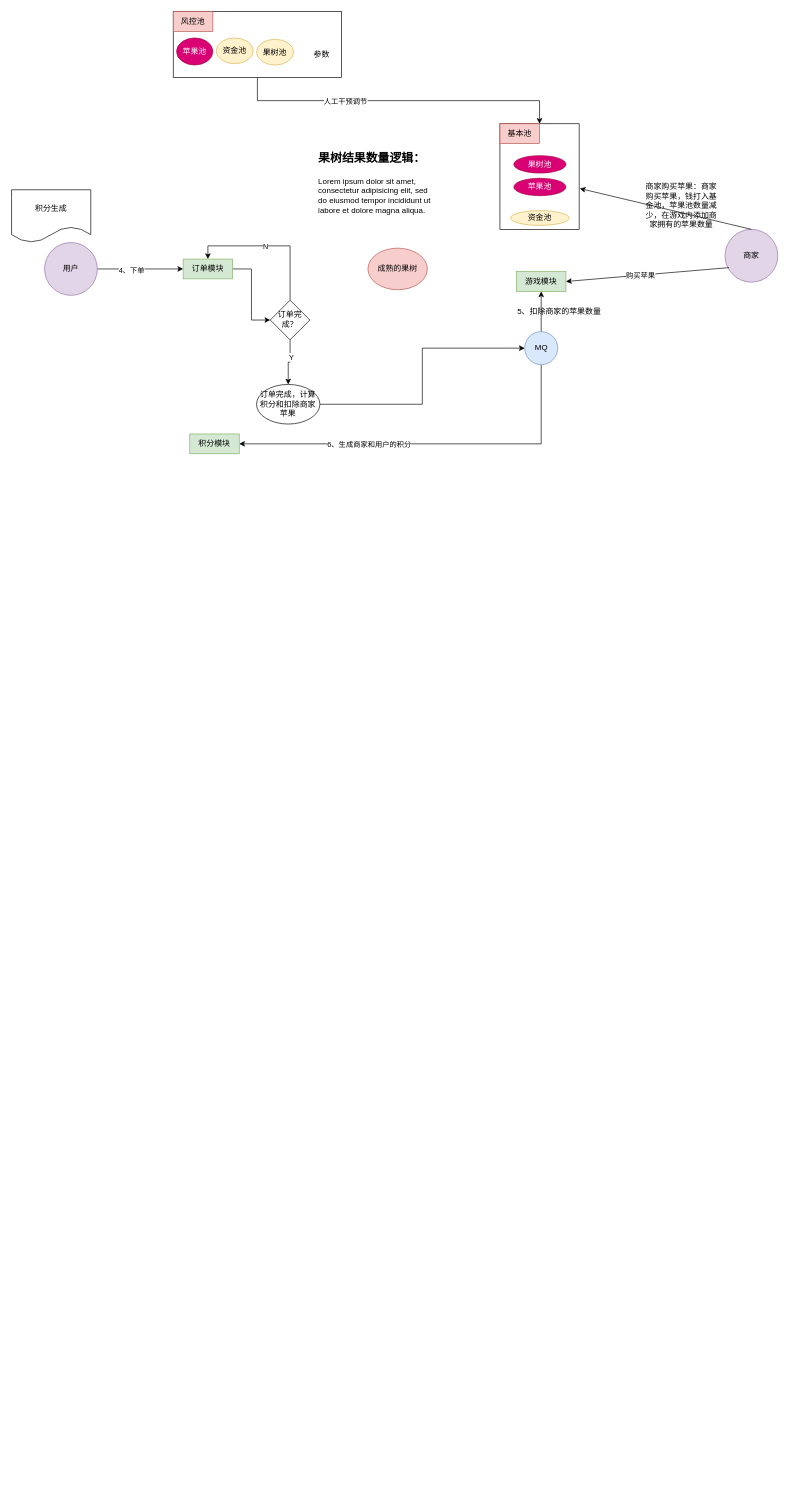
The draw.io diagram gtt-积分流程.drawio in maigao11/flow, before the edit. Source tidied: cells renumbered, new cells numbered last; positions are measured from the earlier drawing's top-left corner, leaving out a move shared by most shapes. Both pictures are drawn from the tidied source at 66%, with x=0, y=0 at pixel (11, 11).
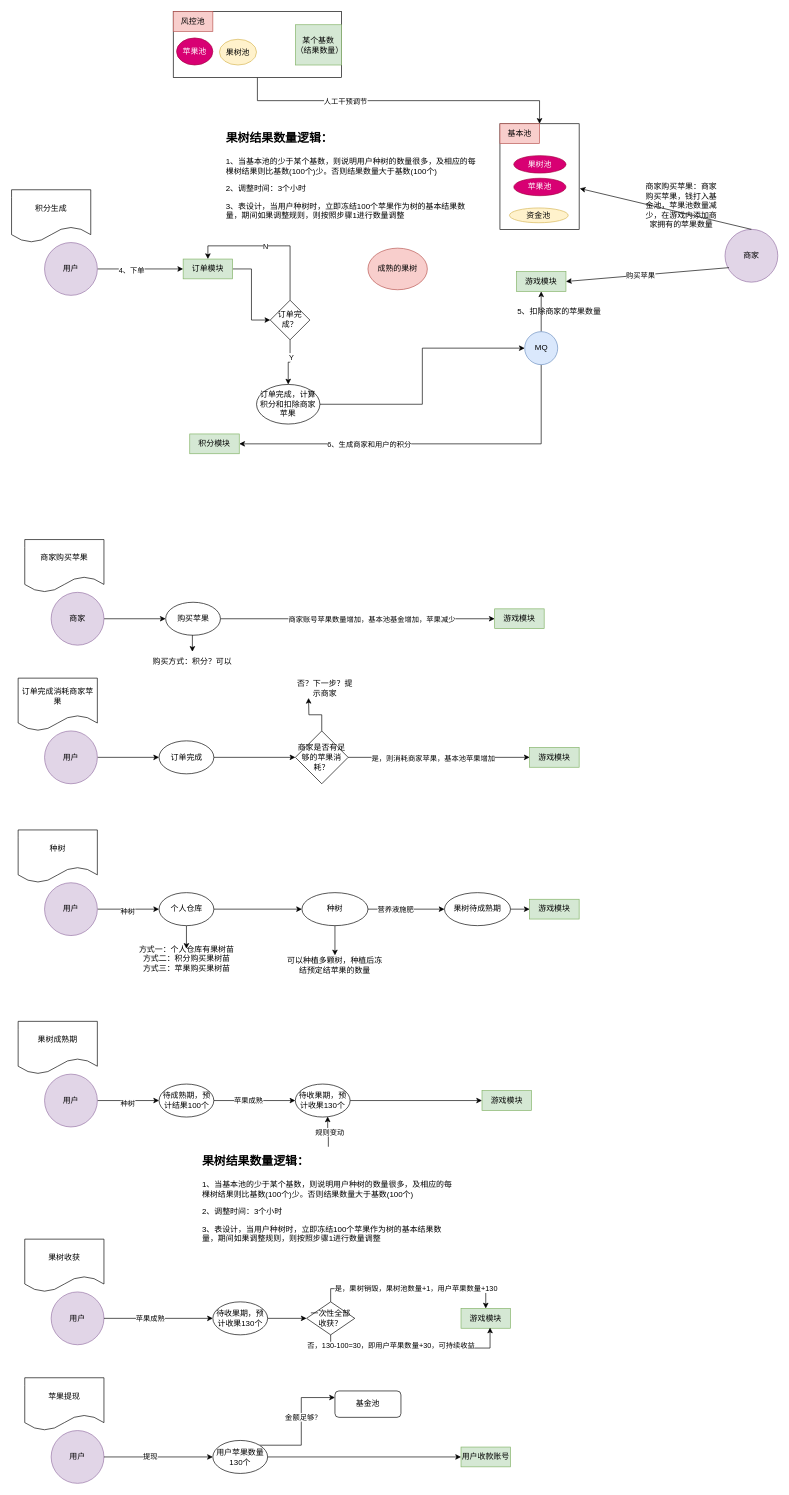
The same diagram, later.

Commit message:
更新gtt-积分流程.drawio

The edit, as a diff of the source:
```diff
@@
     <mxCell id="12" value="资金池" style="ellipse;whiteSpace=wrap;html=1;fillColor=#fff2cc;strokeColor=#d6b656;" parent="1" vertex="1">
-      <mxGeometry x="756" y="301.6" width="89" height="22.4" as="geometry" />
+      <mxGeometry x="754.4" y="297.6" width="89" height="22.4" as="geometry" />
     </mxCell>
@@
-    <mxCell id="18" value="资金池" style="ellipse;whiteSpace=wrap;html=1;fillColor=#fff2cc;strokeColor=#d6b656;" parent="1" vertex="1">
-      <mxGeometry x="310" y="40" width="56.2" height="39" as="geometry" />
-    </mxCell>
@@
     <mxCell id="33" value="果树池" style="ellipse;whiteSpace=wrap;html=1;fillColor=#fff2cc;strokeColor=#d6b656;" parent="1" vertex="1">
-      <mxGeometry x="371.2" y="42" width="56.2" height="39" as="geometry" />
+      <mxGeometry x="315" y="42" width="56.2" height="39" as="geometry" />
     </mxCell>
@@
-    <mxCell id="40" value="&lt;h1&gt;&lt;font style=&quot;font-size: 18px;&quot;&gt;果树结果数量逻辑：&lt;/font&gt;&lt;/h1&gt;&lt;p&gt;Lorem ipsum dolor sit amet, consectetur adipisicing elit, sed do eiusmod tempor incididunt ut labore et dolore magna aliqua.&lt;/p&gt;" style="text;html=1;strokeColor=none;fillColor=none;spacing=5;spacingTop=-20;whiteSpace=wrap;overflow=hidden;rounded=0;" parent="1" vertex="1">
-      <mxGeometry x="460" y="200" width="190" height="120" as="geometry" />
+    <mxCell id="40" value="&lt;h1&gt;&lt;font style=&quot;font-size: 18px;&quot;&gt;果树结果数量逻辑：&lt;/font&gt;&lt;/h1&gt;&lt;p&gt;1、当基本池的少于某个基数，则说明用户种树的数量很多，及相应的每棵树结果则比基数(100个)少。否则结果数量大于基数(100个)&lt;/p&gt;&lt;p&gt;2、调整时间：3个小时&lt;/p&gt;&lt;p&gt;3、表设计，当用户种树时，立即冻结100个苹果作为树的基本结果数量，期间如果调整规则，则按照步骤1进行数量调整&lt;/p&gt;&lt;p&gt;&lt;br&gt;&lt;/p&gt;&lt;p&gt;&lt;br&gt;&lt;/p&gt;" style="text;html=1;strokeColor=none;fillColor=none;spacing=5;spacingTop=-20;whiteSpace=wrap;overflow=hidden;rounded=0;" parent="1" vertex="1">
+      <mxGeometry x="320" y="170" width="392.8" height="150" as="geometry" />
     </mxCell>
-    <mxCell id="41" value="参数" style="text;html=1;strokeColor=none;fillColor=none;align=center;verticalAlign=middle;whiteSpace=wrap;rounded=0;" parent="1" vertex="1">
-      <mxGeometry x="440" y="51" width="60" height="30" as="geometry" />
+    <mxCell id="41" value="某个基数（结果数量）" style="text;html=1;strokeColor=#82b366;fillColor=#d5e8d4;align=center;verticalAlign=middle;whiteSpace=wrap;rounded=0;" parent="1" vertex="1">
+      <mxGeometry x="430" y="20" width="70" height="61" as="geometry" />
     </mxCell>
+    <mxCell id="42" value="商家购买苹果" style="shape=document;whiteSpace=wrap;html=1;boundedLbl=1;" parent="1" vertex="1">
+      <mxGeometry x="20" y="800" width="120" height="80" as="geometry" />
+    </mxCell>
+    <mxCell id="43" style="edgeStyle=orthogonalEdgeStyle;rounded=0;jettySize=auto;html=1;exitX=1;exitY=0.5;exitDx=0;exitDy=0;entryX=0;entryY=0.5;entryDx=0;entryDy=0;" parent="1" edge="1" source="44" target="48">
+      <mxGeometry relative="1" as="geometry" />
+    </mxCell>
+    <mxCell id="44" value="商家" style="ellipse;whiteSpace=wrap;html=1;fillColor=#e1d5e7;strokeColor=#9673a6;" parent="1" vertex="1">
+      <mxGeometry x="60" y="880" width="80" height="80" as="geometry" />
+    </mxCell>
+    <mxCell id="45" style="edgeStyle=orthogonalEdgeStyle;rounded=0;jettySize=auto;html=1;exitX=1;exitY=0.5;exitDx=0;exitDy=0;entryX=0;entryY=0.5;entryDx=0;entryDy=0;" parent="1" edge="1" source="48" target="49">
+      <mxGeometry relative="1" as="geometry" />
+    </mxCell>
+    <mxCell id="46" value="商家账号苹果数量增加，基本池基金增加，苹果减少" style="edgeLabel;html=1;align=center;verticalAlign=middle;" parent="45" vertex="1">
+      <mxGeometry x="0.1" y="-1" relative="1" as="geometry" />
+    </mxCell>
+    <mxCell id="47" style="edgeStyle=orthogonalEdgeStyle;rounded=0;jettySize=auto;html=1;exitX=0.5;exitY=1;exitDx=0;exitDy=0;entryX=0.5;entryY=0;entryDx=0;entryDy=0;" parent="1" edge="1" source="48" target="50">
+      <mxGeometry relative="1" as="geometry" />
+    </mxCell>
+    <mxCell id="48" value="购买苹果" style="ellipse;whiteSpace=wrap;html=1;" parent="1" vertex="1">
+      <mxGeometry x="233.5" y="895" width="83" height="50" as="geometry" />
+    </mxCell>
+    <mxCell id="49" value="游戏模块" style="rounded=0;whiteSpace=wrap;html=1;fillColor=#d5e8d4;strokeColor=#82b366;" parent="1" vertex="1">
+      <mxGeometry x="732" y="905" width="75" height="30" as="geometry" />
+    </mxCell>
+    <mxCell id="50" value="购买方式：积分？可以" style="text;html=1;strokeColor=none;fillColor=none;align=center;verticalAlign=middle;whiteSpace=wrap;rounded=0;" parent="1" vertex="1">
+      <mxGeometry x="213" y="970" width="122" height="30" as="geometry" />
+    </mxCell>
+    <mxCell id="51" value="订单完成消耗商家苹果" style="shape=document;whiteSpace=wrap;html=1;boundedLbl=1;" parent="1" vertex="1">
+      <mxGeometry x="10" y="1010" width="120" height="80" as="geometry" />
+    </mxCell>
+    <mxCell id="52" style="edgeStyle=orthogonalEdgeStyle;rounded=0;jettySize=auto;html=1;exitX=1;exitY=0.5;exitDx=0;exitDy=0;entryX=0;entryY=0.5;entryDx=0;entryDy=0;" parent="1" edge="1" source="53" target="55">
+      <mxGeometry relative="1" as="geometry" />
+    </mxCell>
+    <mxCell id="53" value="用户" style="ellipse;whiteSpace=wrap;html=1;fillColor=#e1d5e7;strokeColor=#9673a6;" parent="1" vertex="1">
+      <mxGeometry x="50" y="1090" width="80" height="80" as="geometry" />
+    </mxCell>
+    <mxCell id="54" style="edgeStyle=orthogonalEdgeStyle;rounded=0;jettySize=auto;html=1;exitX=1;exitY=0.5;exitDx=0;exitDy=0;entryX=0;entryY=0.5;entryDx=0;entryDy=0;" parent="1" edge="1" source="55" target="60">
+      <mxGeometry relative="1" as="geometry" />
+    </mxCell>
+    <mxCell id="55" value="订单完成" style="ellipse;whiteSpace=wrap;html=1;" parent="1" vertex="1">
+      <mxGeometry x="223.5" y="1105" width="83" height="50" as="geometry" />
+    </mxCell>
+    <mxCell id="56" value="游戏模块" style="rounded=0;whiteSpace=wrap;html=1;fillColor=#d5e8d4;strokeColor=#82b366;" parent="1" vertex="1">
+      <mxGeometry x="785" y="1115" width="75" height="30" as="geometry" />
+    </mxCell>
+    <mxCell id="57" style="edgeStyle=orthogonalEdgeStyle;rounded=0;jettySize=auto;html=1;exitX=1;exitY=0.5;exitDx=0;exitDy=0;entryX=0;entryY=0.5;entryDx=0;entryDy=0;" parent="1" edge="1" source="60" target="56">
+      <mxGeometry relative="1" as="geometry" />
+    </mxCell>
+    <mxCell id="58" value="是，则消耗商家苹果，基本池苹果增加" style="edgeLabel;html=1;align=center;verticalAlign=middle;" parent="57" vertex="1">
+      <mxGeometry x="-0.07" y="-1" relative="1" as="geometry" />
+    </mxCell>
+    <mxCell id="59" style="edgeStyle=orthogonalEdgeStyle;rounded=0;jettySize=auto;html=1;exitX=0.5;exitY=0;exitDx=0;exitDy=0;" parent="1" edge="1" source="60">
+      <mxGeometry relative="1" as="geometry">
+        <mxPoint x="450" y="1040" as="targetPoint" />
+      </mxGeometry>
+    </mxCell>
+    <mxCell id="60" value="商家是否有足够的苹果消耗？" style="rhombus;whiteSpace=wrap;html=1;" parent="1" vertex="1">
+      <mxGeometry x="430" y="1090" width="80" height="80" as="geometry" />
+    </mxCell>
+    <mxCell id="61" value="否？下一步？提示商家" style="text;html=1;strokeColor=none;fillColor=none;align=center;verticalAlign=middle;whiteSpace=wrap;rounded=0;" parent="1" vertex="1">
+      <mxGeometry x="430" y="1010" width="90" height="30" as="geometry" />
+    </mxCell>
+    <mxCell id="62" value="种树" style="shape=document;whiteSpace=wrap;html=1;boundedLbl=1;" parent="1" vertex="1">
+      <mxGeometry x="10" y="1240" width="120" height="80" as="geometry" />
+    </mxCell>
+    <mxCell id="63" style="edgeStyle=orthogonalEdgeStyle;rounded=0;jettySize=auto;html=1;exitX=1;exitY=0.5;exitDx=0;exitDy=0;entryX=0;entryY=0.5;entryDx=0;entryDy=0;" parent="1" edge="1" source="65" target="68">
+      <mxGeometry relative="1" as="geometry" />
+    </mxCell>
+    <mxCell id="64" value="种树" style="edgeLabel;html=1;align=center;verticalAlign=middle;" parent="63" vertex="1">
+      <mxGeometry x="-0.04" y="-3" relative="1" as="geometry" />
+    </mxCell>
+    <mxCell id="65" value="用户" style="ellipse;whiteSpace=wrap;html=1;fillColor=#e1d5e7;strokeColor=#9673a6;" parent="1" vertex="1">
+      <mxGeometry x="50" y="1320" width="80" height="80" as="geometry" />
+    </mxCell>
+    <mxCell id="66" style="edgeStyle=orthogonalEdgeStyle;rounded=0;jettySize=auto;html=1;exitX=0.5;exitY=1;exitDx=0;exitDy=0;entryX=0.5;entryY=0;entryDx=0;entryDy=0;" parent="1" edge="1" source="68" target="70">
+      <mxGeometry relative="1" as="geometry" />
+    </mxCell>
+    <mxCell id="67" style="edgeStyle=orthogonalEdgeStyle;rounded=0;jettySize=auto;html=1;exitX=1;exitY=0.5;exitDx=0;exitDy=0;entryX=0;entryY=0.5;entryDx=0;entryDy=0;" parent="1" edge="1" source="68" target="74">
+      <mxGeometry relative="1" as="geometry" />
+    </mxCell>
+    <mxCell id="68" value="个人仓库" style="ellipse;whiteSpace=wrap;html=1;" parent="1" vertex="1">
+      <mxGeometry x="223.5" y="1335" width="83" height="50" as="geometry" />
+    </mxCell>
+    <mxCell id="69" value="游戏模块" style="rounded=0;whiteSpace=wrap;html=1;fillColor=#d5e8d4;strokeColor=#82b366;" parent="1" vertex="1">
+      <mxGeometry x="785" y="1345" width="75" height="30" as="geometry" />
+    </mxCell>
+    <mxCell id="70" value="方式一：个人仓库有果树苗&lt;br&gt;方式二：积分购买果树苗&lt;br&gt;方式三：苹果购买果树苗" style="text;html=1;strokeColor=none;fillColor=none;align=center;verticalAlign=middle;whiteSpace=wrap;rounded=0;" parent="1" vertex="1">
+      <mxGeometry x="181.5" y="1420" width="167" height="30" as="geometry" />
+    </mxCell>
+    <mxCell id="71" style="edgeStyle=orthogonalEdgeStyle;rounded=0;jettySize=auto;html=1;" parent="1" edge="1" source="74" target="76">
+      <mxGeometry relative="1" as="geometry" />
+    </mxCell>
+    <mxCell id="72" value="营养液施肥" style="edgeLabel;html=1;align=center;verticalAlign=middle;" parent="71" vertex="1">
+      <mxGeometry x="-0.3" relative="1" as="geometry" />
+    </mxCell>
+    <mxCell id="73" style="edgeStyle=orthogonalEdgeStyle;rounded=0;jettySize=auto;html=1;exitX=0.5;exitY=1;exitDx=0;exitDy=0;entryX=0.5;entryY=0;entryDx=0;entryDy=0;" parent="1" edge="1" source="74" target="77">
+      <mxGeometry relative="1" as="geometry" />
+    </mxCell>
+    <mxCell id="74" value="种树" style="ellipse;whiteSpace=wrap;html=1;" parent="1" vertex="1">
+      <mxGeometry x="440" y="1335" width="100" height="50" as="geometry" />
+    </mxCell>
+    <mxCell id="75" style="edgeStyle=orthogonalEdgeStyle;rounded=0;jettySize=auto;html=1;exitX=1;exitY=0.5;exitDx=0;exitDy=0;entryX=0;entryY=0.5;entryDx=0;entryDy=0;" parent="1" edge="1" source="76" target="69">
+      <mxGeometry relative="1" as="geometry" />
+    </mxCell>
+    <mxCell id="76" value="果树待成熟期" style="ellipse;whiteSpace=wrap;html=1;" parent="1" vertex="1">
+      <mxGeometry x="656" y="1335" width="100" height="50" as="geometry" />
+    </mxCell>
+    <mxCell id="77" value="可以种植多颗树，种植后冻结预定结苹果的数量" style="text;html=1;strokeColor=none;fillColor=none;align=center;verticalAlign=middle;whiteSpace=wrap;rounded=0;" parent="1" vertex="1">
+      <mxGeometry x="415" y="1430" width="150" height="30" as="geometry" />
+    </mxCell>
+    <mxCell id="78" value="果树成熟期" style="shape=document;whiteSpace=wrap;html=1;boundedLbl=1;" parent="1" vertex="1">
+      <mxGeometry x="10" y="1530" width="120" height="80" as="geometry" />
+    </mxCell>
+    <mxCell id="79" style="edgeStyle=orthogonalEdgeStyle;rounded=0;jettySize=auto;html=1;exitX=1;exitY=0.5;exitDx=0;exitDy=0;entryX=0;entryY=0.5;entryDx=0;entryDy=0;" parent="1" edge="1" source="81" target="84">
+      <mxGeometry relative="1" as="geometry" />
+    </mxCell>
+    <mxCell id="80" value="种树" style="edgeLabel;html=1;align=center;verticalAlign=middle;" parent="79" vertex="1">
+      <mxGeometry x="-0.04" y="-3" relative="1" as="geometry" />
+    </mxCell>
+    <mxCell id="81" value="用户" style="ellipse;whiteSpace=wrap;html=1;fillColor=#e1d5e7;strokeColor=#9673a6;" parent="1" vertex="1">
+      <mxGeometry x="50" y="1610" width="80" height="80" as="geometry" />
+    </mxCell>
+    <mxCell id="82" style="edgeStyle=orthogonalEdgeStyle;rounded=0;jettySize=auto;html=1;" parent="1" edge="1" source="84" target="87">
+      <mxGeometry relative="1" as="geometry" />
+    </mxCell>
+    <mxCell id="83" value="苹果成熟" style="edgeLabel;html=1;align=center;verticalAlign=middle;" parent="82" vertex="1">
+      <mxGeometry x="-0.18" y="1" relative="1" as="geometry">
+        <mxPoint x="1" as="offset" />
+      </mxGeometry>
+    </mxCell>
+    <mxCell id="84" value="待成熟期，预计结果100个" style="ellipse;whiteSpace=wrap;html=1;" parent="1" vertex="1">
+      <mxGeometry x="223.5" y="1625" width="83" height="50" as="geometry" />
+    </mxCell>
+    <mxCell id="85" value="游戏模块" style="rounded=0;whiteSpace=wrap;html=1;fillColor=#d5e8d4;strokeColor=#82b366;" parent="1" vertex="1">
+      <mxGeometry x="712.8" y="1635" width="75" height="30" as="geometry" />
+    </mxCell>
+    <mxCell id="86" style="edgeStyle=orthogonalEdgeStyle;rounded=0;jettySize=auto;html=1;exitX=1;exitY=0.5;exitDx=0;exitDy=0;entryX=0;entryY=0.5;entryDx=0;entryDy=0;" parent="1" edge="1" source="87" target="85">
+      <mxGeometry relative="1" as="geometry" />
+    </mxCell>
+    <mxCell id="87" value="待收果期，预计收果130个" style="ellipse;whiteSpace=wrap;html=1;" parent="1" vertex="1">
+      <mxGeometry x="430" y="1625" width="83" height="50" as="geometry" />
+    </mxCell>
+    <mxCell id="88" value="&lt;h1&gt;&lt;font style=&quot;font-size: 18px;&quot;&gt;果树结果数量逻辑：&lt;/font&gt;&lt;/h1&gt;&lt;p&gt;1、当基本池的少于某个基数，则说明用户种树的数量很多，及相应的每棵树结果则比基数(100个)少。否则结果数量大于基数(100个)&lt;/p&gt;&lt;p&gt;2、调整时间：3个小时&lt;/p&gt;&lt;p&gt;3、表设计，当用户种树时，立即冻结100个苹果作为树的基本结果数量，期间如果调整规则，则按照步骤1进行数量调整&lt;/p&gt;&lt;p&gt;&lt;br&gt;&lt;/p&gt;&lt;p&gt;&lt;br&gt;&lt;/p&gt;" style="text;html=1;strokeColor=none;fillColor=none;spacing=5;spacingTop=-20;whiteSpace=wrap;overflow=hidden;rounded=0;" parent="1" vertex="1">
+      <mxGeometry x="283.6" y="1720" width="392.8" height="150" as="geometry" />
+    </mxCell>
+    <mxCell id="89" style="edgeStyle=orthogonalEdgeStyle;rounded=0;jettySize=auto;html=1;exitX=0.5;exitY=0;exitDx=0;exitDy=0;entryX=0.59;entryY=0.984;entryDx=0;entryDy=0;entryPerimeter=0;" parent="1" edge="1" source="88" target="87">
+      <mxGeometry relative="1" as="geometry" />
+    </mxCell>
+    <mxCell id="90" value="规则变动" style="edgeLabel;html=1;align=center;verticalAlign=middle;" parent="89" vertex="1">
+      <mxGeometry x="-0.04" y="-1" relative="1" as="geometry">
+        <mxPoint y="-1" as="offset" />
+      </mxGeometry>
+    </mxCell>
+    <mxCell id="91" value="果树收获" style="shape=document;whiteSpace=wrap;html=1;boundedLbl=1;" parent="1" vertex="1">
+      <mxGeometry x="20" y="1860" width="120" height="80" as="geometry" />
+    </mxCell>
+    <mxCell id="92" value="用户" style="ellipse;whiteSpace=wrap;html=1;fillColor=#e1d5e7;strokeColor=#9673a6;" parent="1" vertex="1">
+      <mxGeometry x="60" y="1940" width="80" height="80" as="geometry" />
+    </mxCell>
+    <mxCell id="93" style="edgeStyle=orthogonalEdgeStyle;rounded=0;jettySize=auto;html=1;exitX=1;exitY=0.5;exitDx=0;exitDy=0;" parent="1" edge="1" source="92" target="97">
+      <mxGeometry relative="1" as="geometry" />
+    </mxCell>
+    <mxCell id="94" value="苹果成熟" style="edgeLabel;html=1;align=center;verticalAlign=middle;" parent="93" vertex="1">
+      <mxGeometry x="-0.18" y="1" relative="1" as="geometry">
+        <mxPoint x="1" as="offset" />
+      </mxGeometry>
+    </mxCell>
+    <mxCell id="95" value="游戏模块" style="rounded=0;whiteSpace=wrap;html=1;fillColor=#d5e8d4;strokeColor=#82b366;" parent="1" vertex="1">
+      <mxGeometry x="681" y="1965" width="75" height="30" as="geometry" />
+    </mxCell>
+    <mxCell id="96" style="edgeStyle=orthogonalEdgeStyle;rounded=0;jettySize=auto;html=1;exitX=1;exitY=0.5;exitDx=0;exitDy=0;" parent="1" edge="1" source="97" target="110">
+      <mxGeometry relative="1" as="geometry" />
+    </mxCell>
+    <mxCell id="97" value="待收果期，预计收果130个" style="ellipse;whiteSpace=wrap;html=1;" parent="1" vertex="1">
+      <mxGeometry x="305" y="1955" width="83" height="50" as="geometry" />
+    </mxCell>
+    <mxCell id="98" value="苹果提现" style="shape=document;whiteSpace=wrap;html=1;boundedLbl=1;" parent="1" vertex="1">
+      <mxGeometry x="20" y="2070" width="120" height="80" as="geometry" />
+    </mxCell>
+    <mxCell id="99" value="用户" style="ellipse;whiteSpace=wrap;html=1;fillColor=#e1d5e7;strokeColor=#9673a6;" parent="1" vertex="1">
+      <mxGeometry x="60" y="2150" width="80" height="80" as="geometry" />
+    </mxCell>
+    <mxCell id="100" style="edgeStyle=orthogonalEdgeStyle;rounded=0;jettySize=auto;html=1;exitX=1;exitY=0.5;exitDx=0;exitDy=0;" parent="1" edge="1" source="99" target="106">
+      <mxGeometry relative="1" as="geometry" />
+    </mxCell>
+    <mxCell id="101" value="提现" style="edgeLabel;html=1;align=center;verticalAlign=middle;" parent="100" vertex="1">
+      <mxGeometry x="-0.18" y="1" relative="1" as="geometry">
+        <mxPoint x="1" as="offset" />
+      </mxGeometry>
+    </mxCell>
+    <mxCell id="102" value="用户收款账号" style="rounded=0;whiteSpace=wrap;html=1;fillColor=#d5e8d4;strokeColor=#82b366;" parent="1" vertex="1">
+      <mxGeometry x="681" y="2175" width="75" height="30" as="geometry" />
+    </mxCell>
+    <mxCell id="103" style="edgeStyle=orthogonalEdgeStyle;rounded=0;jettySize=auto;html=1;exitX=1;exitY=0.5;exitDx=0;exitDy=0;entryX=0;entryY=0.5;entryDx=0;entryDy=0;" parent="1" edge="1" source="106" target="102">
+      <mxGeometry relative="1" as="geometry" />
+    </mxCell>
+    <mxCell id="104" style="edgeStyle=orthogonalEdgeStyle;rounded=0;jettySize=auto;html=1;exitX=1;exitY=0;exitDx=0;exitDy=0;entryX=0;entryY=0.25;entryDx=0;entryDy=0;" parent="1" edge="1" source="106" target="107">
+      <mxGeometry relative="1" as="geometry" />
+    </mxCell>
+    <mxCell id="105" value="金额足够？" style="edgeLabel;html=1;align=center;verticalAlign=middle;" parent="104" vertex="1">
+      <mxGeometry x="0.14" y="-2" relative="1" as="geometry" />
+    </mxCell>
+    <mxCell id="106" value="用户苹果数量130个" style="ellipse;whiteSpace=wrap;html=1;" parent="1" vertex="1">
+      <mxGeometry x="305" y="2165" width="83" height="50" as="geometry" />
+    </mxCell>
+    <mxCell id="107" value="基金池" style="rounded=1;whiteSpace=wrap;html=1;" parent="1" vertex="1">
+      <mxGeometry x="490" y="2090" width="100" height="40" as="geometry" />
+    </mxCell>
+    <mxCell id="108" style="edgeStyle=orthogonalEdgeStyle;rounded=0;jettySize=auto;html=1;exitX=0.5;exitY=0;exitDx=0;exitDy=0;entryX=0.5;entryY=0;entryDx=0;entryDy=0;" parent="1" edge="1" source="110" target="95">
+      <mxGeometry relative="1" as="geometry" />
+    </mxCell>
+    <mxCell id="109" value="是，果树销毁，果树池数量+1，用户苹果数量+130" style="edgeLabel;html=1;align=center;verticalAlign=middle;" parent="108" vertex="1">
+      <mxGeometry x="0.04" y="1" relative="1" as="geometry">
+        <mxPoint x="1" as="offset" />
+      </mxGeometry>
+    </mxCell>
+    <mxCell id="110" value="一次性全部收获？" style="rhombus;whiteSpace=wrap;html=1;" parent="1" vertex="1">
+      <mxGeometry x="447" y="1955" width="73" height="50" as="geometry" />
+    </mxCell>
+    <mxCell id="111" style="edgeStyle=orthogonalEdgeStyle;rounded=0;jettySize=auto;html=1;exitX=0.5;exitY=1;exitDx=0;exitDy=0;entryX=0.587;entryY=0.967;entryDx=0;entryDy=0;entryPerimeter=0;" parent="1" edge="1" source="110" target="95">
+      <mxGeometry relative="1" as="geometry" />
+    </mxCell>
+    <mxCell id="112" value="否，130-100=30，即用户苹果数量+30，可持续收益" style="edgeLabel;html=1;align=center;verticalAlign=middle;" parent="111" vertex="1">
+      <mxGeometry x="-0.24" y="4" relative="1" as="geometry" />
+    </mxCell>
```
